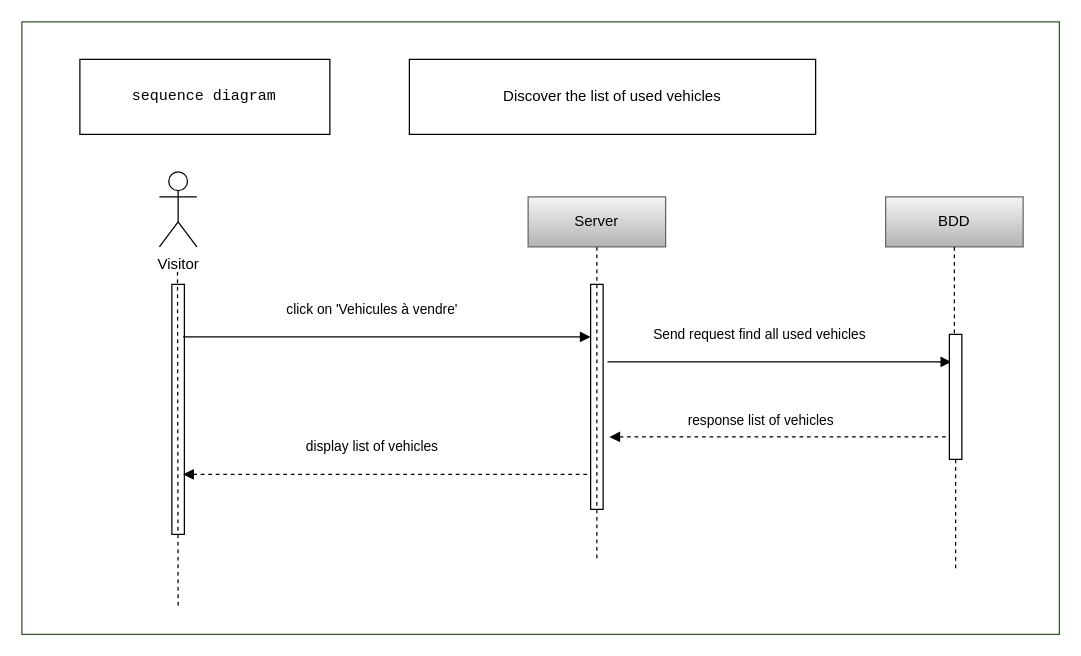
Above: documentations/DIO/diag-sequence-list-of-car.dio in SandrineOrieux/Garage-V-Parrot (draw.io), before the change. Source tidied: cells renumbered, new cells numbered last; positions are measured from the earlier drawing's top-left corner, leaving out a move shared by most shapes. Both pictures are drawn from the tidied source at 125%, with x=0, y=0 at pixel (21, 21).
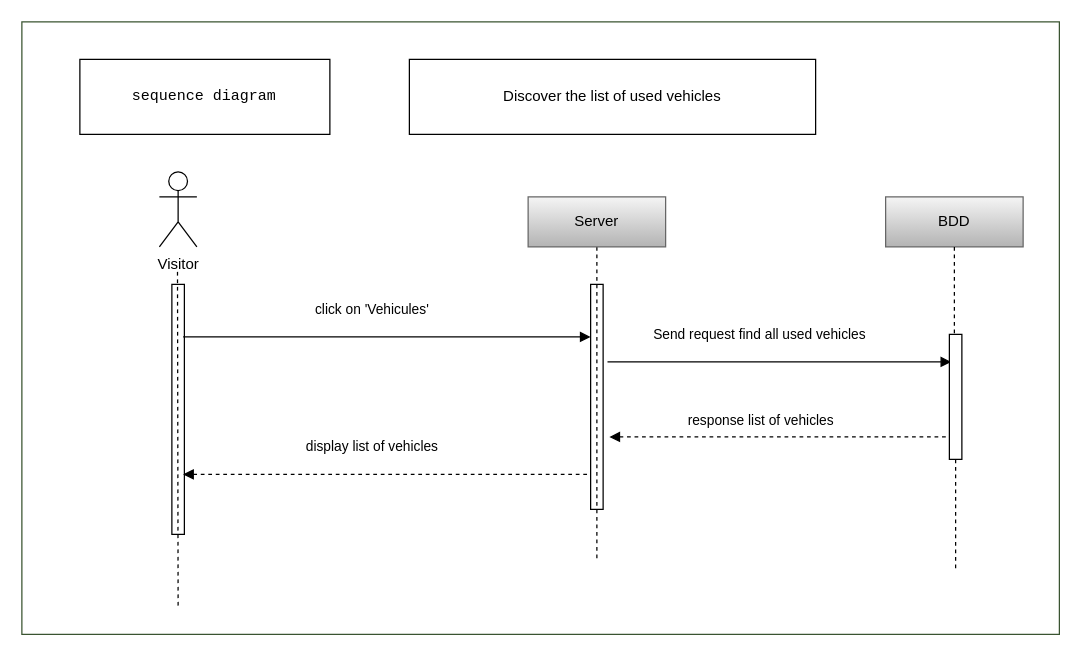
The same page after the edit.

The change refers to these unchanged cells:
```xml
<mxCell id="11" style="edgeStyle=none;html=1;entryX=0.1;entryY=0.073;entryDx=0;entryDy=0;entryPerimeter=0;endArrow=block;endFill=1;fontColor=#000000;labelBackgroundColor=#FFFFFF;strokeColor=#000000;" parent="1" edge="1">
  <mxGeometry relative="1" as="geometry">
    <mxPoint x="129" y="252" as="sourcePoint" />
    <mxPoint x="455" y="252" as="targetPoint" />
    <Array as="points">
      <mxPoint x="289" y="252" />
    </Array>
  </mxGeometry>
</mxCell>
```

The edit, as a diff of the source:
```diff
@@
-    <mxCell id="12" value="&lt;pre dir=&quot;ltr&quot; style=&quot;text-align:left&quot; id=&quot;tw-target-text&quot; class=&quot;tw-data-text tw-text-large tw-ta&quot;&gt;&lt;font face=&quot;Helvetica&quot;&gt;click on 'Vehicules à vendre'&lt;/font&gt;&lt;/pre&gt;" style="edgeLabel;html=1;align=center;verticalAlign=middle;fontColor=#000000;labelBackgroundColor=#FFFFFF;" parent="11" vertex="1">
+    <mxCell id="12" value="&lt;pre dir=&quot;ltr&quot; style=&quot;text-align:left&quot; id=&quot;tw-target-text&quot; class=&quot;tw-data-text tw-text-large tw-ta&quot;&gt;&lt;font face=&quot;Helvetica&quot;&gt;click on 'Vehicules'&lt;/font&gt;&lt;/pre&gt;" style="edgeLabel;html=1;align=center;verticalAlign=middle;fontColor=#000000;labelBackgroundColor=#FFFFFF;" parent="11" vertex="1">
       <mxGeometry x="0.17" y="-1" relative="1" as="geometry">
         <mxPoint x="-41" y="-23" as="offset" />
       </mxGeometry>
     </mxCell>
```
